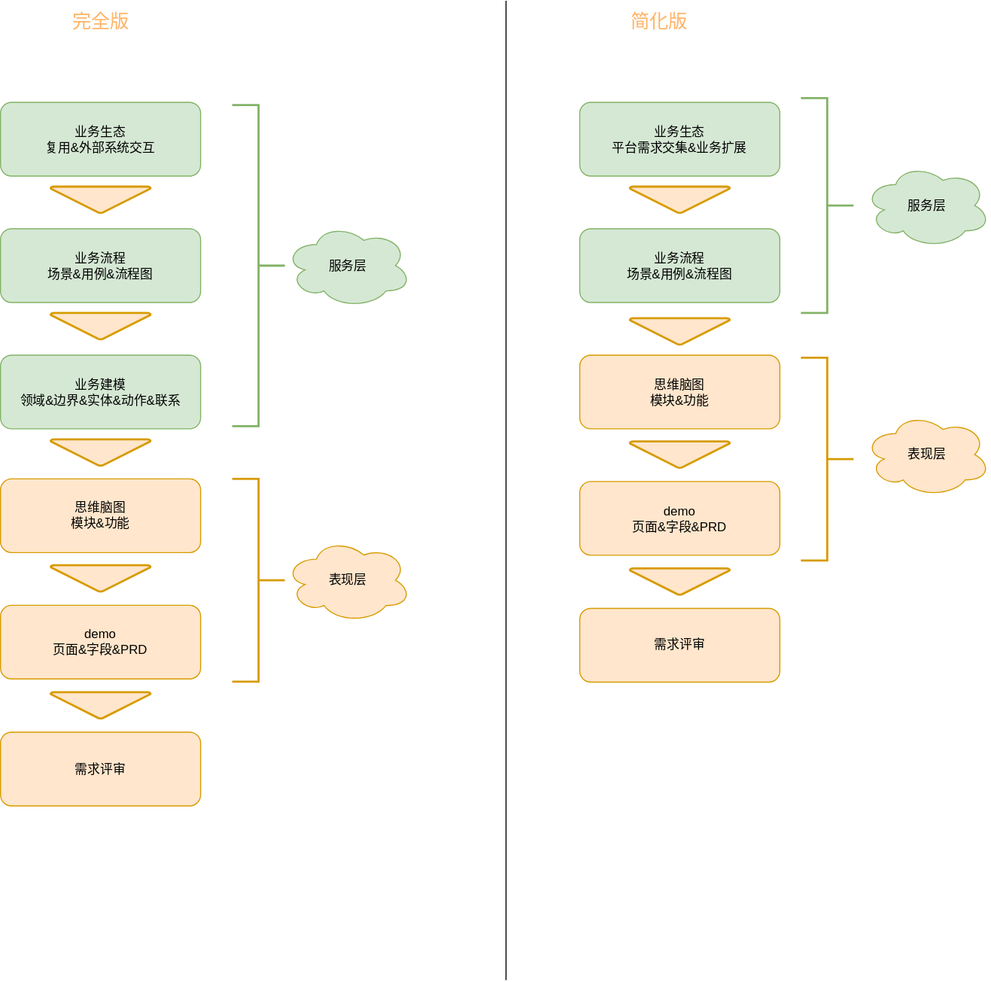
Earlier version of the draw.io export ddm.drawio.svg (fsdmp/diagrams). Source tidied: cells renumbered, new cells last; positions are measured from the earlier drawing's top-left corner, leaving out a move shared by most shapes.
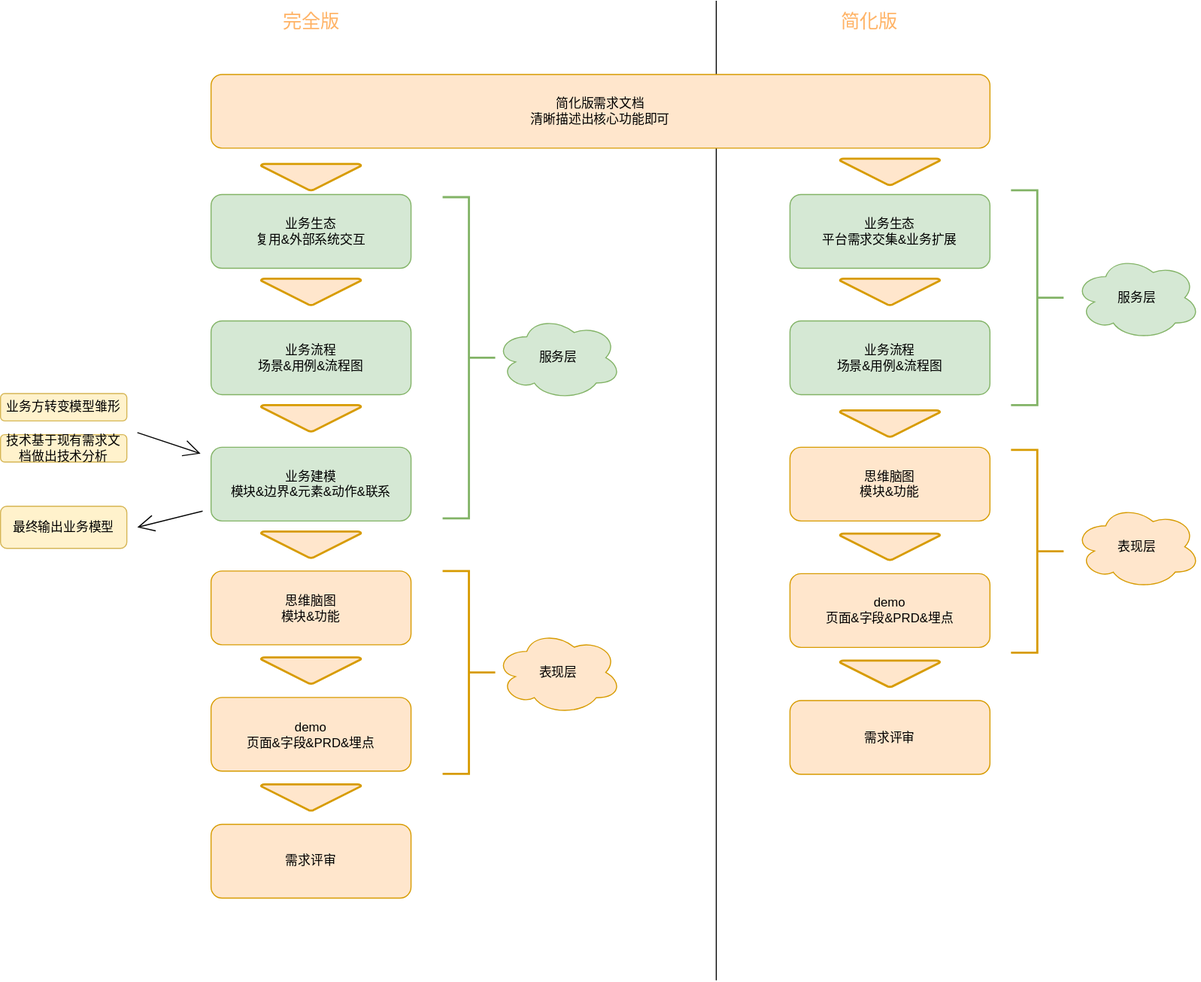
After the change.

What changed in the source:
```diff
@@ -5,10 +5,15 @@
     <mxCell id="2" value="业务流程&lt;br&gt;场景&amp;amp;用例&amp;amp;流程图&lt;br&gt;" style="rounded=1;whiteSpace=wrap;html=1;hachureGap=4;fillColor=#d5e8d4;strokeColor=#82b366;" parent="1" vertex="1">
       <mxGeometry y="216.5" width="190" height="70" as="geometry" />
     </mxCell>
+    <mxCell id="33" style="edgeStyle=none;curved=1;rounded=0;jettySize=auto;html=1;endArrow=open;startSize=14;endSize=14;sourcePerimeterSpacing=8;targetPerimeterSpacing=8;" parent="1" edge="1" source="3">
+      <mxGeometry relative="1" as="geometry">
+        <mxPoint x="-70" y="412.5" as="targetPoint" />
+      </mxGeometry>
+    </mxCell>
-    <mxCell id="3" value="业务建模&lt;br&gt;领域&amp;amp;边界&amp;amp;实体&amp;amp;动作&amp;amp;联系&lt;br&gt;" style="rounded=1;whiteSpace=wrap;html=1;hachureGap=4;fillColor=#d5e8d4;strokeColor=#82b366;" parent="1" vertex="1">
+    <mxCell id="3" value="业务建模&lt;br&gt;模块&amp;amp;边界&amp;amp;元素&amp;amp;动作&amp;amp;联系&lt;br&gt;" style="rounded=1;whiteSpace=wrap;html=1;hachureGap=4;fillColor=#d5e8d4;strokeColor=#82b366;" parent="1" vertex="1">
       <mxGeometry y="336.5" width="190" height="70" as="geometry" />
     </mxCell>
-    <mxCell id="4" value="demo&lt;br&gt;页面&amp;amp;字段&amp;amp;PRD&lt;br&gt;" style="rounded=1;whiteSpace=wrap;html=1;hachureGap=4;fillColor=#ffe6cc;strokeColor=#d79b00;" parent="1" vertex="1">
+    <mxCell id="4" value="demo&lt;br&gt;页面&amp;amp;字段&amp;amp;PRD&amp;amp;埋点&lt;br&gt;" style="rounded=1;whiteSpace=wrap;html=1;hachureGap=4;fillColor=#ffe6cc;strokeColor=#d79b00;" parent="1" vertex="1">
       <mxGeometry y="574" width="190" height="70" as="geometry" />
     </mxCell>
     <mxCell id="5" value="思维脑图&lt;br&gt;模块&amp;amp;功能&lt;br&gt;" style="rounded=1;whiteSpace=wrap;html=1;hachureGap=4;fillColor=#ffe6cc;strokeColor=#d79b00;" parent="1" vertex="1">
@@ -47,7 +52,7 @@
     <mxCell id="16" value="业务流程&lt;br&gt;场景&amp;amp;用例&amp;amp;流程图&lt;br&gt;" style="rounded=1;whiteSpace=wrap;html=1;hachureGap=4;fillColor=#d5e8d4;strokeColor=#82b366;" parent="1" vertex="1">
       <mxGeometry x="550" y="216.5" width="190" height="70" as="geometry" />
     </mxCell>
-    <mxCell id="17" value="demo&lt;br&gt;页面&amp;amp;字段&amp;amp;PRD&lt;br&gt;" style="rounded=1;whiteSpace=wrap;html=1;hachureGap=4;fillColor=#ffe6cc;strokeColor=#d79b00;" parent="1" vertex="1">
+    <mxCell id="17" value="demo&lt;br&gt;页面&amp;amp;字段&amp;amp;PRD&amp;amp;埋点&lt;br&gt;" style="rounded=1;whiteSpace=wrap;html=1;hachureGap=4;fillColor=#ffe6cc;strokeColor=#d79b00;" parent="1" vertex="1">
       <mxGeometry x="550" y="456.5" width="190" height="70" as="geometry" />
     </mxCell>
     <mxCell id="18" value="思维脑图&lt;br&gt;模块&amp;amp;功能&lt;br&gt;" style="rounded=1;whiteSpace=wrap;html=1;hachureGap=4;fillColor=#ffe6cc;strokeColor=#d79b00;" parent="1" vertex="1">
@@ -79,15 +84,15 @@
     </mxCell>
     <mxCell id="27" style="endArrow=none;html=1;startSize=14;endSize=14;sourcePerimeterSpacing=8;targetPerimeterSpacing=8;" parent="1" edge="1">
       <mxGeometry relative="1" as="geometry">
-        <mxPoint x="480" y="930" as="sourcePoint" />
-        <mxPoint x="480" as="targetPoint" />
+        <mxPoint x="480" y="842.5" as="sourcePoint" />
+        <mxPoint x="480" y="-87.5" as="targetPoint" />
       </mxGeometry>
     </mxCell>
     <mxCell id="28" value="完全版" style="text;html=1;align=center;verticalAlign=middle;fillColor=none;strokeColor=none;rounded=0;hachureGap=4;fontSize=18;fontColor=#FFB366;" parent="1" vertex="1">
-      <mxGeometry x="60" y="5" width="70" height="30" as="geometry" />
+      <mxGeometry x="60" y="-82.5" width="70" height="30" as="geometry" />
     </mxCell>
     <mxCell id="29" value="简化版" style="text;html=1;align=center;verticalAlign=middle;fillColor=none;strokeColor=none;rounded=0;hachureGap=4;fontSize=18;fontColor=#FFB366;" parent="1" vertex="1">
-      <mxGeometry x="590" y="5" width="70" height="30" as="geometry" />
+      <mxGeometry x="590" y="-82.5" width="70" height="30" as="geometry" />
     </mxCell>
     <mxCell id="30" value="业务生态&lt;br&gt;平台需求交集&amp;amp;业务扩展&lt;br&gt;" style="rounded=1;whiteSpace=wrap;html=1;hachureGap=4;fillColor=#d5e8d4;strokeColor=#82b366;" parent="1" vertex="1">
       <mxGeometry x="550" y="96.5" width="190" height="70" as="geometry" />
@@ -98,5 +103,29 @@
     <mxCell id="32" style="strokeWidth=2;html=1;shape=mxgraph.flowchart.annotation_2;align=left;labelPosition=right;hachureGap=4;direction=west;fillColor=#d5e8d4;strokeColor=#82b366;" parent="1" vertex="1">
       <mxGeometry x="760" y="92.5" width="50" height="204" as="geometry" />
     </mxCell>
+    <mxCell id="34" value="简化版需求文档&lt;br&gt;清晰描述出核心功能即可&lt;br&gt;" style="rounded=1;whiteSpace=wrap;html=1;hachureGap=4;fillColor=#ffe6cc;strokeColor=#d79b00;" parent="1" vertex="1">
+      <mxGeometry y="-17.5" width="740" height="70" as="geometry" />
+    </mxCell>
+    <mxCell id="35" style="strokeWidth=2;html=1;shape=mxgraph.flowchart.merge_or_storage;whiteSpace=wrap;hachureGap=4;fillColor=#ffe6cc;strokeColor=#d79b00;" parent="1" vertex="1">
+      <mxGeometry x="47.5" y="67.5" width="95" height="25" as="geometry" />
+    </mxCell>
+    <mxCell id="36" style="strokeWidth=2;html=1;shape=mxgraph.flowchart.merge_or_storage;whiteSpace=wrap;hachureGap=4;fillColor=#ffe6cc;strokeColor=#d79b00;" parent="1" vertex="1">
+      <mxGeometry x="597.5" y="62.5" width="95" height="25" as="geometry" />
+    </mxCell>
+    <mxCell id="37" style="edgeStyle=none;curved=1;rounded=0;orthogonalLoop=1;jettySize=auto;html=1;endArrow=open;startSize=14;endSize=14;sourcePerimeterSpacing=8;targetPerimeterSpacing=8;" parent="1" edge="1">
+      <mxGeometry relative="1" as="geometry">
+        <mxPoint x="-70" y="322.5" as="sourcePoint" />
+        <mxPoint x="-10" y="342.5" as="targetPoint" />
+      </mxGeometry>
+    </mxCell>
+    <mxCell id="38" value="业务方转变模型雏形" style="rounded=1;whiteSpace=wrap;html=1;hachureGap=4;fillColor=#fff2cc;strokeColor=#d6b656;" parent="1" vertex="1">
+      <mxGeometry x="-200" y="285.5" width="120" height="26" as="geometry" />
+    </mxCell>
+    <mxCell id="39" value="最终输出业务模型" style="rounded=1;whiteSpace=wrap;html=1;hachureGap=4;fillColor=#fff2cc;strokeColor=#d6b656;" parent="1" vertex="1">
+      <mxGeometry x="-200" y="392.5" width="120" height="40" as="geometry" />
+    </mxCell>
+    <mxCell id="40" value="技术基于现有需求文档做出技术分析" style="rounded=1;whiteSpace=wrap;html=1;hachureGap=4;fillColor=#fff2cc;strokeColor=#d6b656;" parent="1" vertex="1">
+      <mxGeometry x="-200" y="324.5" width="120" height="26" as="geometry" />
+    </mxCell>
   </root>
 </mxGraphModel>
```
